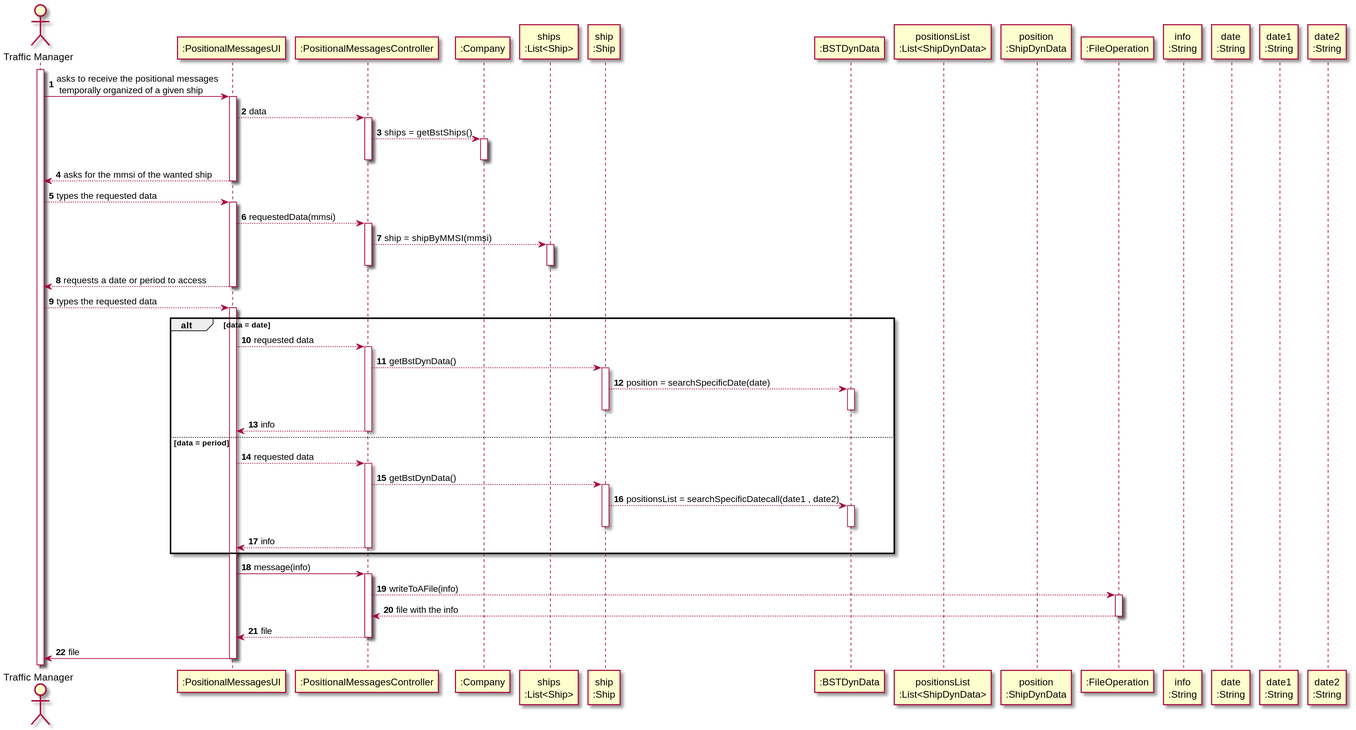
Above: Documentation/Sprint1/Engineering_Design/US103/SD_US013.svg in Pedromaia26/LAPR3-ISEP (PlantUML), before the change.
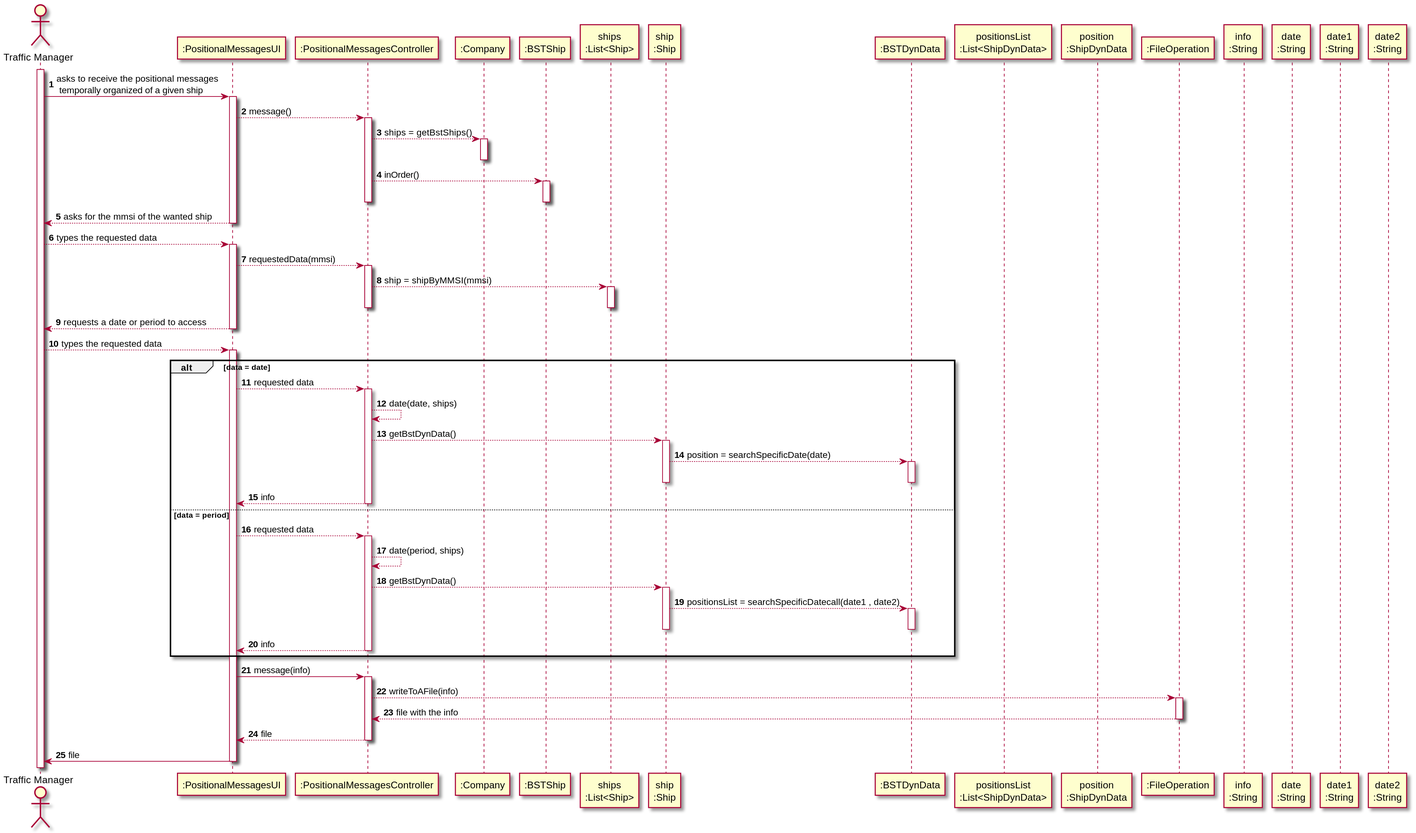
The same diagram one commit later.

Commit message:
G41-4 #time 5min #comment updating SD

Diff of the diagram source:
```diff
@@ -6,9 +6,10 @@
 participant ":PositionalMessagesUI" as UI
 participant ":PositionalMessagesController" as CTRL
 participant ":Company" as C
+participant ":BSTShip" as BST
 participant "ships\n:List<Ship>" as LIST
 participant "ship\n:Ship" as S
-participant ":BSTDynData" as BST
+participant ":BSTDynData" as BSTDD
 participant "positionsList\n:List<ShipDynData>" as POS
 participant "position\n:ShipDynData" as P
 participant ":FileOperation" as FILE
@@ -21,11 +22,14 @@
 
 TM -> UI: asks to receive the positional messages \n temporally organized of a given ship
 activate UI
-UI --> CTRL: data
+UI --> CTRL: message()
 activate CTRL
 CTRL --> C: ships = getBstShips()
 activate C
 deactivate C
+CTRL --> BST: inOrder()
+activate BST
+deactivate BST
 
 deactivate CTRL
 UI --> TM: asks for the mmsi of the wanted ship
@@ -45,22 +49,24 @@
 alt data = date
 UI --> CTRL: requested data
 activate CTRL
+CTRL --> CTRL: date(date, ships)
 CTRL --> S: getBstDynData()
 activate S
-S --> BST: position = searchSpecificDate(date)
-activate BST
-deactivate BST
+S --> BSTDD: position = searchSpecificDate(date)
+activate BSTDD
+deactivate BSTDD
 deactivate S
 CTRL --> UI: info
 deactivate CTRL
 else data = period
 UI --> CTRL: requested data
 activate CTRL
+CTRL --> CTRL: date(period, ships)
 CTRL --> S: getBstDynData()
 activate S
-S --> BST: positionsList = searchSpecificDatecall(date1 , date2)
-activate BST
-deactivate BST
+S --> BSTDD: positionsList = searchSpecificDatecall(date1 , date2)
+activate BSTDD
+deactivate BSTDD
 deactivate S
 CTRL --> UI: info
 deactivate CTRL
```
